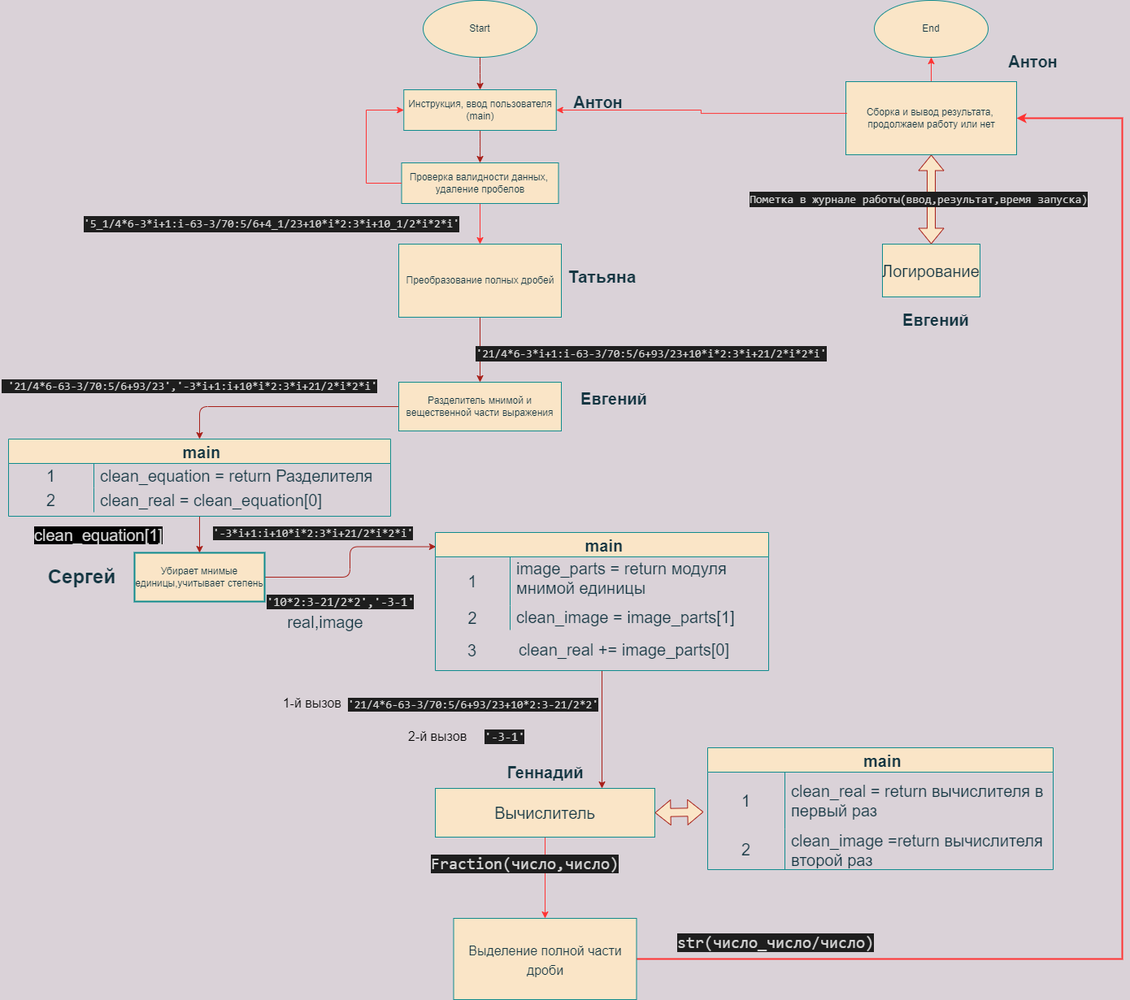
ImyaKhoroshee/Study_Projects_Echo keeps this draw.io diagram as calculator/Meeting3.png. Above is the earlier version. Source tidied: cells renumbered, new cells last; positions are measured from the earlier drawing's top-left corner, leaving out a move shared by most shapes.
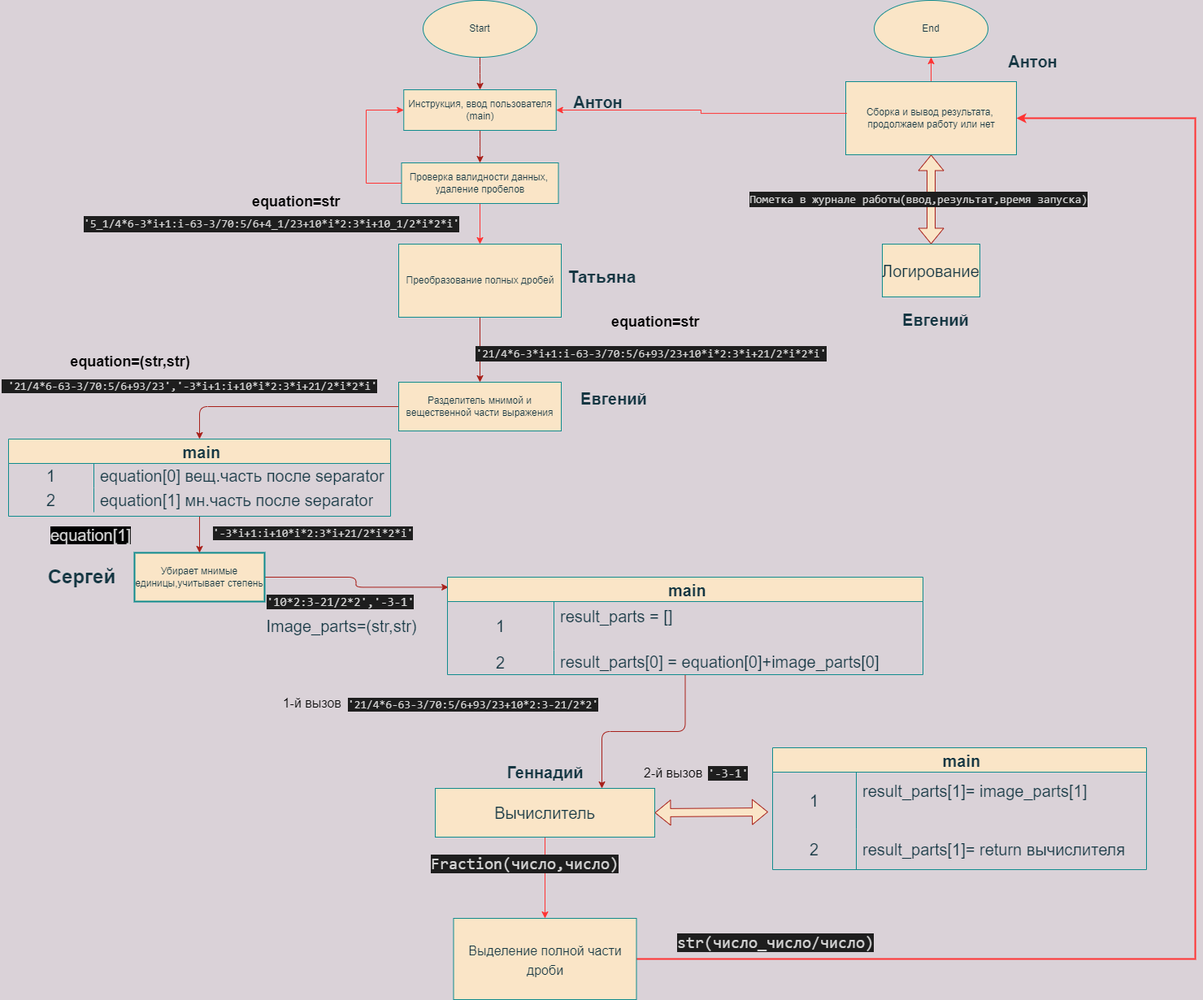
Later version of the same file.

What changed in the source:
```diff
@@ -43,4 +43,4 @@
         <Array as="points">
-          <mxPoint x="1380" y="1180" />
-          <mxPoint x="1380" y="145" />
+          <mxPoint x="1470" y="1180" />
+          <mxPoint x="1470" y="145" />
         </Array>
@@ -51,4 +51,4 @@
     </mxCell>
-    <mxCell id="16" value="&lt;span style=&quot;font-family: Helvetica; font-size: 20px; font-style: normal; font-variant-ligatures: normal; font-variant-caps: normal; font-weight: 400; letter-spacing: normal; orphans: 2; text-align: center; text-indent: 0px; text-transform: none; widows: 2; word-spacing: 0px; -webkit-text-stroke-width: 0px; text-decoration-thickness: initial; text-decoration-style: initial; text-decoration-color: initial; float: none; background-color: rgb(0, 0, 0); display: inline !important;&quot;&gt;&lt;font color=&quot;#d4d4d4&quot;&gt;clean_equation[1]&lt;/font&gt;&lt;/span&gt;" style="text;whiteSpace=wrap;html=1;fontSize=20;fontColor=#143642;" parent="1" vertex="1">
-      <mxGeometry x="40" y="640" width="180" height="40" as="geometry" />
+    <mxCell id="16" value="&lt;span style=&quot;font-family: Helvetica; font-size: 20px; font-style: normal; font-variant-ligatures: normal; font-variant-caps: normal; font-weight: 400; letter-spacing: normal; orphans: 2; text-align: center; text-indent: 0px; text-transform: none; widows: 2; word-spacing: 0px; -webkit-text-stroke-width: 0px; text-decoration-thickness: initial; text-decoration-style: initial; text-decoration-color: initial; float: none; background-color: rgb(0, 0, 0); display: inline !important;&quot;&gt;&lt;font color=&quot;#d4d4d4&quot;&gt;equation[1]&lt;/font&gt;&lt;/span&gt;" style="text;whiteSpace=wrap;html=1;fontSize=20;fontColor=#143642;" parent="1" vertex="1">
+      <mxGeometry x="60" y="640" width="180" height="40" as="geometry" />
     </mxCell>
@@ -84,4 +84,4 @@
     </mxCell>
-    <mxCell id="27" value="real,image" style="text;html=1;strokeColor=none;fillColor=none;align=center;verticalAlign=middle;whiteSpace=wrap;rounded=0;sketch=0;fontSize=20;fontColor=#143642;" parent="1" vertex="1">
-      <mxGeometry x="370" y="750" width="60" height="30" as="geometry" />
+    <mxCell id="27" value="Image_parts=(str,str)" style="text;html=1;strokeColor=none;fillColor=none;align=center;verticalAlign=middle;whiteSpace=wrap;rounded=0;sketch=0;fontSize=20;fontColor=#143642;" parent="1" vertex="1">
+      <mxGeometry x="260" y="755" width="320" height="30" as="geometry" />
     </mxCell>
@@ -99,3 +99,3 @@
     </mxCell>
-    <mxCell id="32" value="&lt;span style=&quot;text-align: center;&quot;&gt;clean_equation = return Разделителя&lt;/span&gt;" style="shape=partialRectangle;html=1;whiteSpace=wrap;fillColor=none;top=0;left=0;bottom=0;right=0;align=left;spacingLeft=6;overflow=hidden;rounded=0;sketch=0;fontSize=20;fontColor=#143642;strokeColor=#0F8B8D;" parent="30" vertex="1">
+    <mxCell id="32" value="&lt;span style=&quot;text-align: center;&quot;&gt;equation[0] вещ.часть после separator&lt;/span&gt;" style="shape=partialRectangle;html=1;whiteSpace=wrap;fillColor=none;top=0;left=0;bottom=0;right=0;align=left;spacingLeft=6;overflow=hidden;rounded=0;sketch=0;fontSize=20;fontColor=#143642;strokeColor=#0F8B8D;" parent="30" vertex="1">
       <mxGeometry x="105" width="365" height="30" as="geometry" />
@@ -108,3 +108,3 @@
     </mxCell>
-    <mxCell id="35" value="&lt;span style=&quot;text-align: center;&quot;&gt;clean_real = clean_equation[0]&lt;/span&gt;" style="shape=partialRectangle;html=1;whiteSpace=wrap;fillColor=none;top=0;left=0;bottom=0;right=0;align=left;spacingLeft=6;overflow=hidden;rounded=0;sketch=0;fontSize=20;fontColor=#143642;strokeColor=#0F8B8D;" parent="33" vertex="1">
+    <mxCell id="35" value="&lt;span style=&quot;text-align: center;&quot;&gt;equation[1] мн.часть после separator&lt;/span&gt;" style="shape=partialRectangle;html=1;whiteSpace=wrap;fillColor=none;top=0;left=0;bottom=0;right=0;align=left;spacingLeft=6;overflow=hidden;rounded=0;sketch=0;fontSize=20;fontColor=#143642;strokeColor=#0F8B8D;" parent="33" vertex="1">
       <mxGeometry x="105" width="365" height="30" as="geometry" />
@@ -117,26 +117,23 @@
     <mxCell id="37" value=" main" style="shape=table;startSize=30;rowLines=0;fontStyle=1;rounded=0;sketch=0;fontSize=20;fontColor=#143642;strokeColor=#0F8B8D;fillColor=#FAE5C7;" parent="1" vertex="1">
-      <mxGeometry x="535" y="655" width="410" height="170" as="geometry" />
+      <mxGeometry x="550" y="710" width="585" height="120" as="geometry" />
     </mxCell>
     <mxCell id="38" style="shape=tableRow;horizontal=0;startSize=0;swimlaneHead=0;swimlaneBody=0;top=0;left=0;bottom=0;right=0;fillColor=none;rounded=0;sketch=0;fontSize=20;fontColor=#143642;strokeColor=#0F8B8D;" parent="37" vertex="1">
-      <mxGeometry y="30" width="410" height="60" as="geometry" />
+      <mxGeometry y="30" width="585" height="60" as="geometry" />
     </mxCell>
     <mxCell id="39" value="1" style="shape=partialRectangle;html=1;whiteSpace=wrap;fillColor=none;top=0;left=0;bottom=0;right=0;overflow=hidden;rounded=0;sketch=0;fontSize=20;fontColor=#143642;strokeColor=#0F8B8D;" parent="38" vertex="1">
-      <mxGeometry width="92" height="60" as="geometry" />
+      <mxGeometry width="131" height="60" as="geometry" />
     </mxCell>
-    <mxCell id="40" value="&lt;span style=&quot;text-align: center;&quot;&gt;image_parts = return модуля мнимой единицы&lt;br&gt;&lt;br&gt;&lt;/span&gt;" style="shape=partialRectangle;html=1;whiteSpace=wrap;fillColor=none;top=0;left=0;bottom=0;right=0;align=left;spacingLeft=6;overflow=hidden;rounded=0;sketch=0;fontSize=20;fontColor=#143642;strokeColor=#0F8B8D;" parent="38" vertex="1">
-      <mxGeometry x="92" width="318" height="60" as="geometry" />
+    <mxCell id="40" value="&lt;span style=&quot;text-align: center;&quot;&gt;result_parts = []&lt;br&gt;&lt;br&gt;&lt;/span&gt;" style="shape=partialRectangle;html=1;whiteSpace=wrap;fillColor=none;top=0;left=0;bottom=0;right=0;align=left;spacingLeft=6;overflow=hidden;rounded=0;sketch=0;fontSize=20;fontColor=#143642;strokeColor=#0F8B8D;" parent="38" vertex="1">
+      <mxGeometry x="131" width="454" height="60" as="geometry" />
     </mxCell>
     <mxCell id="41" style="shape=tableRow;horizontal=0;startSize=0;swimlaneHead=0;swimlaneBody=0;top=0;left=0;bottom=0;right=0;fillColor=none;rounded=0;sketch=0;fontSize=20;fontColor=#143642;strokeColor=#0F8B8D;" parent="37" vertex="1">
-      <mxGeometry y="90" width="410" height="30" as="geometry" />
+      <mxGeometry y="90" width="585" height="30" as="geometry" />
     </mxCell>
     <mxCell id="42" value="2" style="shape=partialRectangle;html=1;whiteSpace=wrap;fillColor=none;top=0;left=0;bottom=0;right=0;overflow=hidden;rounded=0;sketch=0;fontSize=20;fontColor=#143642;strokeColor=#0F8B8D;" parent="41" vertex="1">
-      <mxGeometry width="92" height="30" as="geometry" />
+      <mxGeometry width="131" height="30" as="geometry" />
     </mxCell>
-    <mxCell id="43" value="&lt;span style=&quot;text-align: center;&quot;&gt;clean_image =&lt;/span&gt;&lt;span style=&quot;text-align: center;&quot;&gt;&amp;nbsp;image_parts[1]&lt;br&gt;&lt;br&gt;&lt;br&gt;&lt;/span&gt;" style="shape=partialRectangle;html=1;whiteSpace=wrap;fillColor=none;top=0;left=0;bottom=0;right=0;align=left;spacingLeft=6;overflow=hidden;rounded=0;sketch=0;fontSize=20;fontColor=#143642;strokeColor=#0F8B8D;" parent="41" vertex="1">
-      <mxGeometry x="92" width="318" height="30" as="geometry" />
+    <mxCell id="43" value="&lt;span style=&quot;text-align: center;&quot;&gt;result_parts[0] =&lt;/span&gt;&lt;span style=&quot;text-align: center;&quot;&gt;&amp;nbsp;equation[0]+image_parts[0]&lt;br&gt;&lt;br&gt;&lt;br&gt;&lt;/span&gt;" style="shape=partialRectangle;html=1;whiteSpace=wrap;fillColor=none;top=0;left=0;bottom=0;right=0;align=left;spacingLeft=6;overflow=hidden;rounded=0;sketch=0;fontSize=20;fontColor=#143642;strokeColor=#0F8B8D;" parent="41" vertex="1">
+      <mxGeometry x="131" width="454" height="30" as="geometry" />
     </mxCell>
-    <mxCell id="44" value="3" style="shape=partialRectangle;html=1;whiteSpace=wrap;fillColor=none;top=0;left=0;bottom=0;right=0;overflow=hidden;rounded=0;sketch=0;fontSize=20;fontColor=#143642;strokeColor=#0F8B8D;" parent="1" vertex="1">
-      <mxGeometry x="531" y="785" width="99" height="30" as="geometry" />
-    </mxCell>
-    <mxCell id="45" value="&lt;span style=&quot;text-align: center;&quot;&gt;clean_real +=&lt;/span&gt;&lt;span style=&quot;text-align: center;&quot;&gt;&amp;nbsp;image_parts[0]&lt;br&gt;&lt;br&gt;&lt;br&gt;&lt;/span&gt;" style="shape=partialRectangle;html=1;whiteSpace=wrap;fillColor=none;top=0;left=0;bottom=0;right=0;align=left;spacingLeft=6;overflow=hidden;rounded=0;sketch=0;fontSize=20;fontColor=#143642;strokeColor=#0F8B8D;" parent="1" vertex="1">
+    <mxCell id="45" value="&lt;span style=&quot;text-align: center;&quot;&gt;&lt;br&gt;&lt;br&gt;&lt;br&gt;&lt;/span&gt;" style="shape=partialRectangle;html=1;whiteSpace=wrap;fillColor=none;top=0;left=0;bottom=0;right=0;align=left;spacingLeft=6;overflow=hidden;rounded=0;sketch=0;fontSize=20;fontColor=#143642;strokeColor=#0F8B8D;" parent="1" vertex="1">
       <mxGeometry x="630" y="785" width="341" height="30" as="geometry" />
@@ -144,21 +141,21 @@
     <mxCell id="46" value=" main" style="shape=table;startSize=30;rowLines=0;fontStyle=1;rounded=0;sketch=0;fontSize=20;fontColor=#143642;strokeColor=#0F8B8D;fillColor=#FAE5C7;" parent="1" vertex="1">
-      <mxGeometry x="870" y="920" width="425" height="150" as="geometry" />
+      <mxGeometry x="950" y="920" width="460" height="150" as="geometry" />
     </mxCell>
     <mxCell id="47" style="shape=tableRow;horizontal=0;startSize=0;swimlaneHead=0;swimlaneBody=0;top=0;left=0;bottom=0;right=0;fillColor=none;points=[[0,0.5],[1,0.5]];portConstraint=eastwest;rounded=0;sketch=0;fontSize=20;fontColor=#143642;strokeColor=#0F8B8D;" parent="46" vertex="1">
-      <mxGeometry y="30" width="425" height="70" as="geometry" />
+      <mxGeometry y="30" width="460" height="70" as="geometry" />
     </mxCell>
     <mxCell id="48" value="1" style="shape=partialRectangle;html=1;whiteSpace=wrap;fillColor=none;top=0;left=0;bottom=0;right=0;overflow=hidden;rounded=0;sketch=0;fontSize=20;fontColor=#143642;strokeColor=#0F8B8D;" parent="47" vertex="1">
-      <mxGeometry width="95" height="70" as="geometry" />
+      <mxGeometry width="103" height="70" as="geometry" />
     </mxCell>
-    <mxCell id="49" value="&lt;span style=&quot;text-align: center;&quot;&gt;clean_real =&lt;/span&gt;&lt;span style=&quot;text-align: center;&quot;&gt;&amp;nbsp;return вычислителя в первый раз&lt;br&gt;&lt;/span&gt;" style="shape=partialRectangle;html=1;whiteSpace=wrap;fillColor=none;top=0;left=0;bottom=0;right=0;align=left;spacingLeft=6;overflow=hidden;rounded=0;sketch=0;fontSize=20;fontColor=#143642;strokeColor=#0F8B8D;" parent="47" vertex="1">
-      <mxGeometry x="95" width="330" height="70" as="geometry" />
+    <mxCell id="49" value="&lt;span style=&quot;text-align: center;&quot;&gt;result_parts[1]=&lt;/span&gt;&lt;span style=&quot;text-align: center;&quot;&gt;&amp;nbsp;image_parts[1]&lt;br&gt;&lt;br&gt;&lt;/span&gt;" style="shape=partialRectangle;html=1;whiteSpace=wrap;fillColor=none;top=0;left=0;bottom=0;right=0;align=left;spacingLeft=6;overflow=hidden;rounded=0;sketch=0;fontSize=20;fontColor=#143642;strokeColor=#0F8B8D;" parent="47" vertex="1">
+      <mxGeometry x="103" width="357" height="70" as="geometry" />
     </mxCell>
     <mxCell id="50" style="shape=tableRow;horizontal=0;startSize=0;swimlaneHead=0;swimlaneBody=0;top=0;left=0;bottom=0;right=0;fillColor=none;rounded=0;sketch=0;fontSize=20;fontColor=#143642;strokeColor=#0F8B8D;" parent="46" vertex="1">
-      <mxGeometry y="100" width="425" height="50" as="geometry" />
+      <mxGeometry y="100" width="460" height="50" as="geometry" />
     </mxCell>
     <mxCell id="51" value="2" style="shape=partialRectangle;html=1;whiteSpace=wrap;fillColor=none;top=0;left=0;bottom=0;right=0;overflow=hidden;rounded=0;sketch=0;fontSize=20;fontColor=#143642;strokeColor=#0F8B8D;" parent="50" vertex="1">
-      <mxGeometry width="95" height="50" as="geometry" />
+      <mxGeometry width="103" height="50" as="geometry" />
     </mxCell>
-    <mxCell id="52" value="&lt;span style=&quot;text-align: center;&quot;&gt;clean_image =&lt;/span&gt;&lt;span style=&quot;text-align: center;&quot;&gt;return вычислителя второй раз&lt;/span&gt;&lt;span style=&quot;text-align: center;&quot;&gt;&lt;br&gt;&lt;/span&gt;" style="shape=partialRectangle;html=1;whiteSpace=wrap;fillColor=none;top=0;left=0;bottom=0;right=0;align=left;spacingLeft=6;overflow=hidden;rounded=0;sketch=0;fontSize=20;fontColor=#143642;strokeColor=#0F8B8D;" parent="50" vertex="1">
-      <mxGeometry x="95" width="330" height="50" as="geometry" />
+    <mxCell id="52" value="&lt;span style=&quot;text-align: center;&quot;&gt;result_parts[1]= return вычислителя&lt;br&gt;&lt;/span&gt;" style="shape=partialRectangle;html=1;whiteSpace=wrap;fillColor=none;top=0;left=0;bottom=0;right=0;align=left;spacingLeft=6;overflow=hidden;rounded=0;sketch=0;fontSize=20;fontColor=#143642;strokeColor=#0F8B8D;" parent="50" vertex="1">
+      <mxGeometry x="103" width="357" height="50" as="geometry" />
     </mxCell>
@@ -177,3 +174,3 @@
     <mxCell id="57" value="&lt;font style=&quot;font-size: 15px&quot;&gt;&lt;span style=&quot;font-style: normal ; font-weight: 400 ; letter-spacing: normal ; text-indent: 0px ; text-transform: none ; word-spacing: 0px ; color: rgb(212 , 212 , 212) ; font-family: &amp;#34;consolas&amp;#34; , &amp;#34;courier new&amp;#34; , monospace ; text-align: center ; background-color: rgb(30 , 30 , 30) ; float: none ; display: inline&quot;&gt;'-&lt;/span&gt;&lt;span style=&quot;font-style: normal ; font-weight: 400 ; letter-spacing: normal ; text-indent: 0px ; text-transform: none ; word-spacing: 0px ; color: rgb(212 , 212 , 212) ; font-family: &amp;#34;consolas&amp;#34; , &amp;#34;courier new&amp;#34; , monospace ; text-align: center ; background-color: rgb(30 , 30 , 30)&quot;&gt;3-1'&lt;/span&gt;&lt;/font&gt;" style="text;whiteSpace=wrap;html=1;fontSize=16;fontColor=#D4D4D4;" parent="1" vertex="1">
-      <mxGeometry x="593.5" y="890" width="70" height="30" as="geometry" />
+      <mxGeometry x="868.5" y="935" width="70" height="30" as="geometry" />
     </mxCell>
@@ -183,3 +180,3 @@
     <mxCell id="59" value="&lt;span style=&quot;color: rgb(0, 0, 0); font-family: Helvetica; font-size: 16px; font-style: normal; font-variant-ligatures: normal; font-variant-caps: normal; font-weight: 400; letter-spacing: normal; orphans: 2; text-align: center; text-indent: 0px; text-transform: none; widows: 2; word-spacing: 0px; -webkit-text-stroke-width: 0px; text-decoration-thickness: initial; text-decoration-style: initial; text-decoration-color: initial; float: none; display: inline !important;&quot;&gt;2-й вызов&amp;nbsp;&lt;/span&gt;" style="text;whiteSpace=wrap;html=1;fontSize=16;fontColor=#000000;" parent="1" vertex="1">
-      <mxGeometry x="500" y="890" width="100" height="30" as="geometry" />
+      <mxGeometry x="790" y="935" width="100" height="30" as="geometry" />
     </mxCell>
@@ -226,2 +223,11 @@
     </mxCell>
+    <mxCell id="72" value="&lt;h2&gt;equation=(str,str)&lt;/h2&gt;" style="text;html=1;strokeColor=none;fillColor=none;align=center;verticalAlign=middle;whiteSpace=wrap;rounded=0;" parent="1" vertex="1">
+      <mxGeometry x="70" y="430" width="180" height="30" as="geometry" />
+    </mxCell>
+    <mxCell id="73" value="&lt;h2 style=&quot;color: rgb(0, 0, 0); font-family: Helvetica; font-style: normal; font-variant-ligatures: normal; font-variant-caps: normal; letter-spacing: normal; orphans: 2; text-align: center; text-indent: 0px; text-transform: none; widows: 2; word-spacing: 0px; -webkit-text-stroke-width: 0px; text-decoration-thickness: initial; text-decoration-style: initial; text-decoration-color: initial;&quot;&gt;&lt;font style=&quot;font-size: 18px;&quot;&gt;equation=str&lt;/font&gt;&lt;/h2&gt;" style="text;whiteSpace=wrap;html=1;fontSize=18;" parent="1" vertex="1">
+      <mxGeometry x="307.5" y="200" width="250" height="80" as="geometry" />
+    </mxCell>
+    <mxCell id="74" value="&lt;h2 style=&quot;color: rgb(0, 0, 0); font-family: Helvetica; font-style: normal; font-variant-ligatures: normal; font-variant-caps: normal; letter-spacing: normal; orphans: 2; text-indent: 0px; text-transform: none; widows: 2; word-spacing: 0px; -webkit-text-stroke-width: 0px; text-decoration-thickness: initial; text-decoration-style: initial; text-decoration-color: initial; text-align: center;&quot;&gt;&lt;font style=&quot;font-size: 18px;&quot;&gt;equation=str&lt;/font&gt;&lt;/h2&gt;" style="text;whiteSpace=wrap;html=1;fontSize=18;" parent="1" vertex="1">
+      <mxGeometry x="750" y="347.5" width="130" height="90" as="geometry" />
+    </mxCell>
   </root>
```
